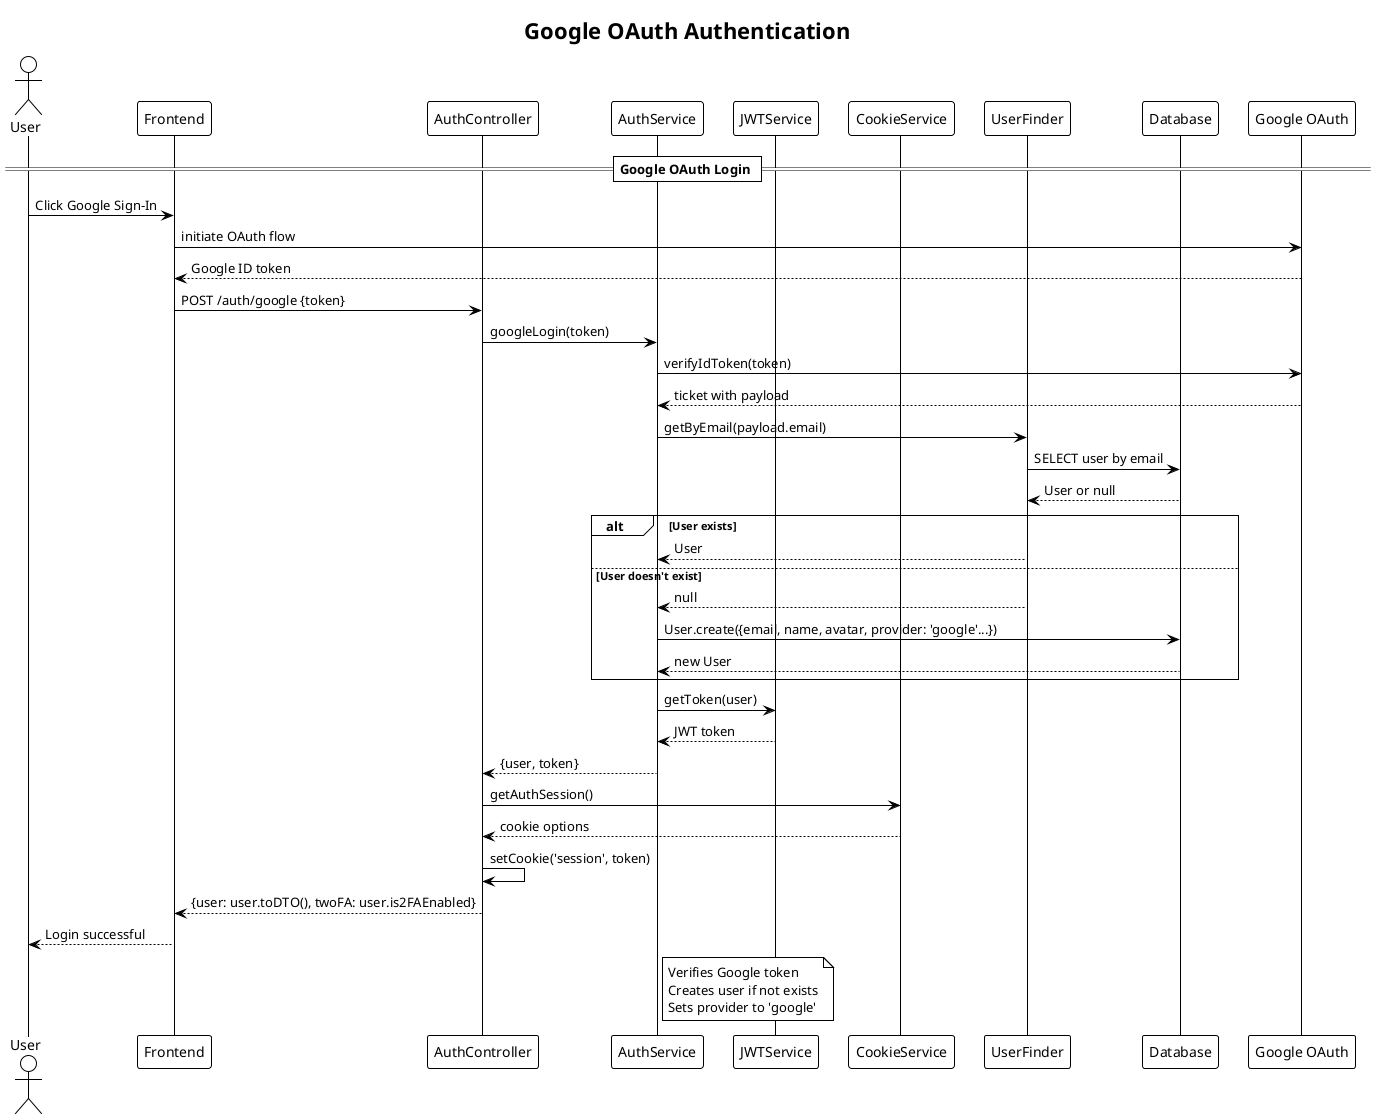
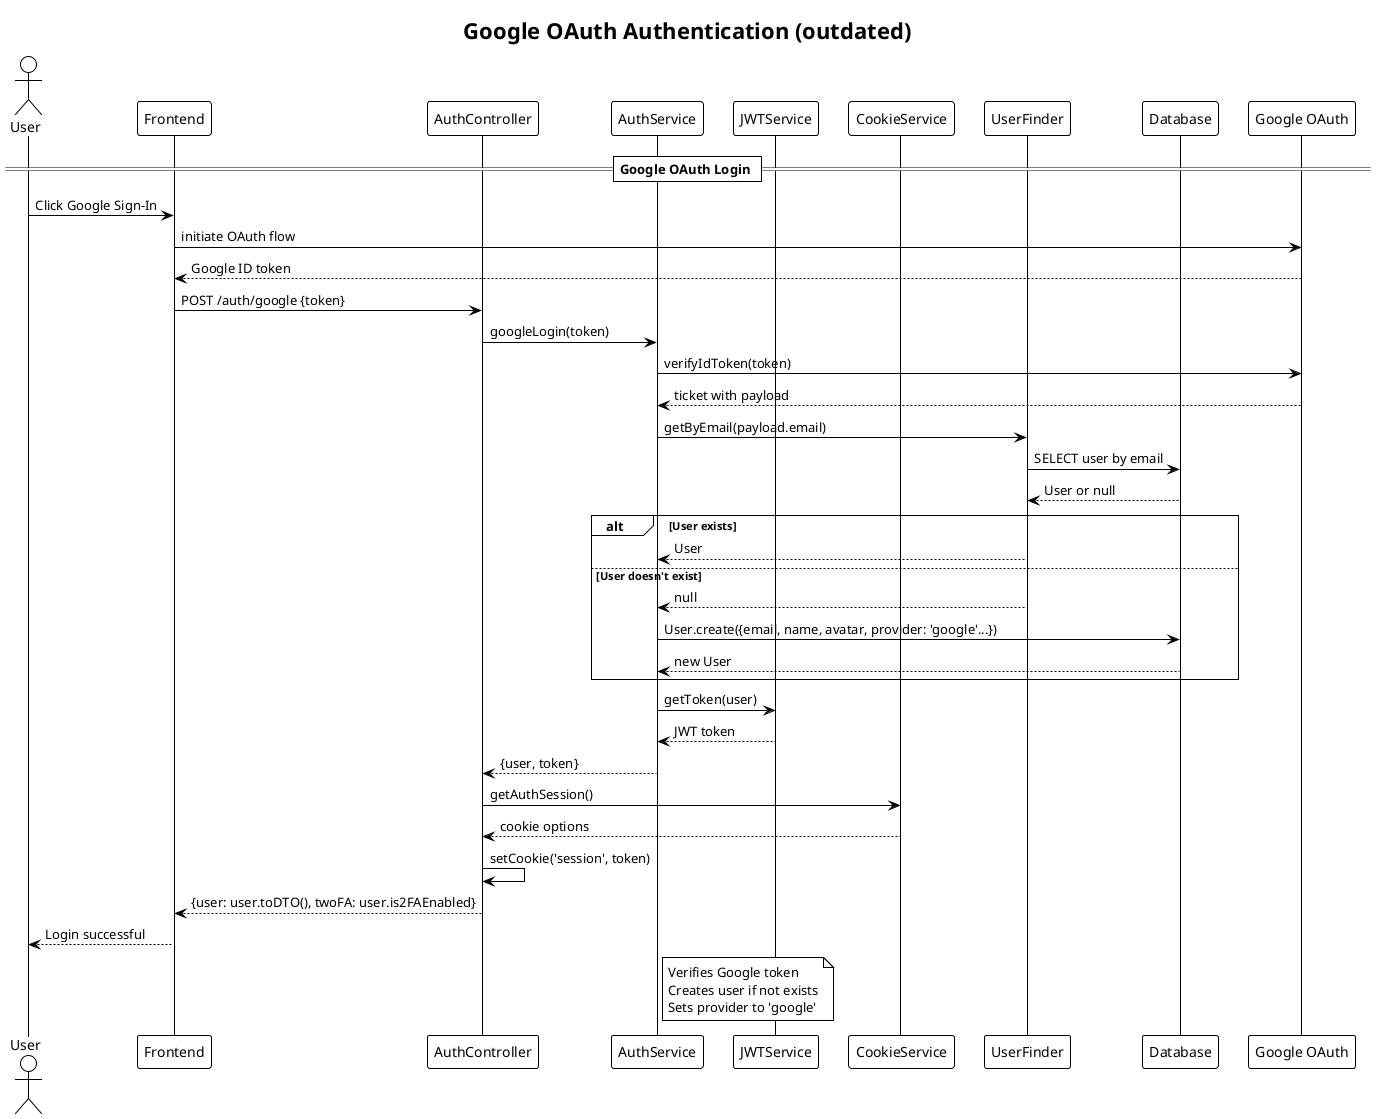
@startuml Google OAuth Login Flow
!theme plain
- title Google OAuth Authentication
+ title Google OAuth Authentication (outdated)

actor User
participant "Frontend" as FE
participant "AuthController" as AC
participant "AuthService" as AS
participant "JWTService" as JWT
participant "CookieService" as CS
participant "UserFinder" as UF
participant "Database" as DB
participant "Google OAuth" as GOAuth

== Google OAuth Login ==
User -> FE: Click Google Sign-In
FE -> GOAuth: initiate OAuth flow
GOAuth --> FE: Google ID token
FE -> AC: POST /auth/google {token}
AC -> AS: googleLogin(token)
AS -> GOAuth: verifyIdToken(token)
GOAuth --> AS: ticket with payload
AS -> UF: getByEmail(payload.email)
UF -> DB: SELECT user by email
DB --> UF: User or null

alt User exists
    UF --> AS: User
else User doesn't exist
    UF --> AS: null
    AS -> DB: User.create({email, name, avatar, provider: 'google'...})
    DB --> AS: new User
end

AS -> JWT: getToken(user)
JWT --> AS: JWT token
AS --> AC: {user, token}
AC -> CS: getAuthSession()
CS --> AC: cookie options
AC -> AC: setCookie('session', token)
AC --> FE: {user: user.toDTO(), twoFA: user.is2FAEnabled}
FE --> User: Login successful

note right of AS: Verifies Google token\nCreates user if not exists\nSets provider to 'google'

@enduml
